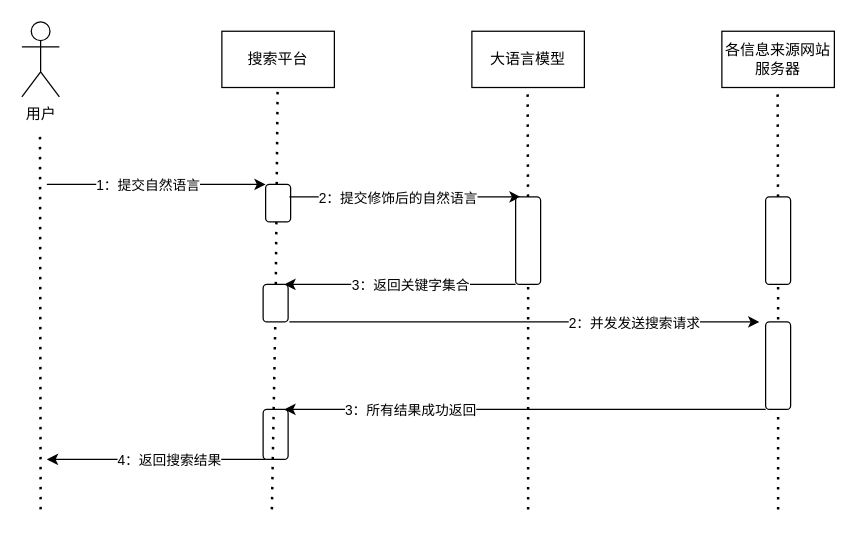
The draw.io diagram 流程图-AI搜索.drawio in RimLutienpeist/Draw_io_Repo, before the edit. Source tidied: cells renumbered, new cells numbered last; positions are measured from the earlier drawing's top-left corner, leaving out a move shared by most shapes. Both pictures are drawn from the tidied source at 125%, with x=0, y=0 at pixel (21, 21).
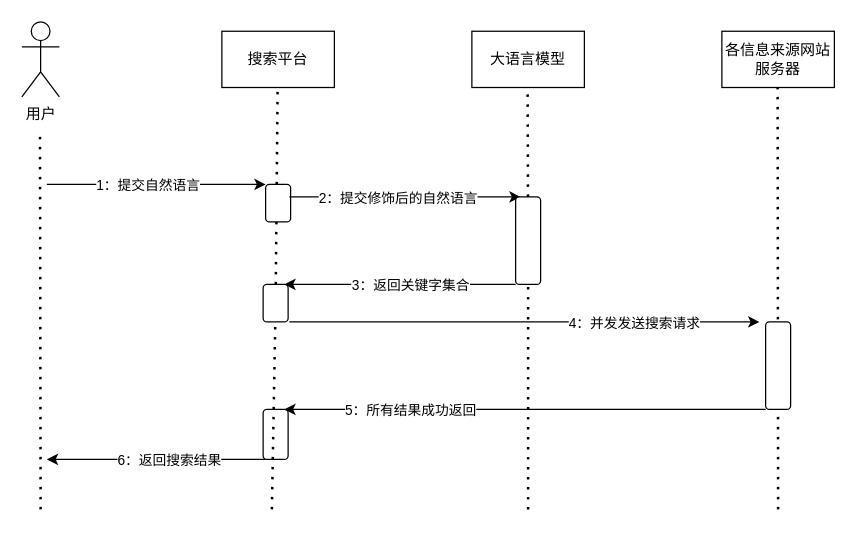
Above is the later version.

Commit message (it also covers changes not shown here):
更新流程图-AI搜索.drawio

Unchanged cells that the change refers to:
```xml
<mxCell id="18" style="endArrow=classic;html=1;rounded=0;exitX=0;exitY=1;exitDx=0;exitDy=0;" parent="1" edge="1">
  <mxGeometry relative="1" as="geometry">
    <mxPoint x="195" y="350" as="sourcePoint" />
    <mxPoint x="20" y="350" as="targetPoint" />
  </mxGeometry>
</mxCell>
<mxCell id="24" style="endArrow=classic;html=1;rounded=0;exitX=1;exitY=1;exitDx=0;exitDy=0;" parent="1" edge="1">
  <mxGeometry relative="1" as="geometry">
    <mxPoint x="214" y="240" as="sourcePoint" />
    <mxPoint x="590" y="240" as="targetPoint" />
  </mxGeometry>
</mxCell>
<mxCell id="27" style="endArrow=classic;html=1;rounded=0;exitX=0;exitY=1;exitDx=0;exitDy=0;" parent="1" edge="1" source="26">
  <mxGeometry relative="1" as="geometry">
    <mxPoint x="210" y="310" as="targetPoint" />
  </mxGeometry>
</mxCell>
```

Change to the diagram source:
```diff
@@
-    <mxCell id="19" value="4：返回搜索结果" style="edgeLabel;html=1;align=center;verticalAlign=middle;" parent="18" vertex="1">
+    <mxCell id="19" value="6：返回搜索结果" style="edgeLabel;html=1;align=center;verticalAlign=middle;" parent="18" vertex="1">
       <mxGeometry x="0.34" y="1" relative="1" as="geometry">
         <mxPoint x="39" y="-1" as="offset" />
       </mxGeometry>
     </mxCell>
@@
-    <mxCell id="21" style="endArrow=none;dashed=1;html=1;dashPattern=1 3;strokeWidth=2;rounded=0;" parent="1" edge="1" source="23">
+    <mxCell id="21" style="endArrow=none;dashed=1;html=1;dashPattern=1 3;strokeWidth=2;rounded=0;" parent="1" edge="1">
       <mxGeometry relative="1" as="geometry">
+        <mxPoint x="605" y="390" as="sourcePoint" />
         <mxPoint x="604.6" y="52.5" as="targetPoint" />
       </mxGeometry>
     </mxCell>
-    <mxCell id="22" style="endArrow=none;dashed=1;html=1;dashPattern=1 3;strokeWidth=2;rounded=0;" parent="1" edge="1" target="23">
-      <mxGeometry relative="1" as="geometry">
-        <mxPoint x="605" y="390" as="sourcePoint" />
-      </mxGeometry>
-    </mxCell>
-    <mxCell id="23" style="rounded=1;whiteSpace=wrap;html=1;" parent="1" vertex="1">
-      <mxGeometry x="595" y="140" width="20" height="70" as="geometry" />
-    </mxCell>
@@
-    <mxCell id="25" value="2：并发发送搜索请求" style="edgeLabel;html=1;align=center;verticalAlign=middle;" parent="24" vertex="1">
+    <mxCell id="25" value="4：并发发送搜索请求" style="edgeLabel;html=1;align=center;verticalAlign=middle;" parent="24" vertex="1">
       <mxGeometry x="-0.17" y="1" relative="1" as="geometry">
         <mxPoint x="119" y="1" as="offset" />
       </mxGeometry>
     </mxCell>
@@
-    <mxCell id="28" value="3：所有结果成功返回" style="edgeLabel;html=1;align=center;verticalAlign=middle;" parent="27" vertex="1">
+    <mxCell id="28" value="5：所有结果成功返回" style="edgeLabel;html=1;align=center;verticalAlign=middle;" parent="27" vertex="1">
       <mxGeometry x="0.34" y="1" relative="1" as="geometry">
         <mxPoint x="-27" y="-1" as="offset" />
       </mxGeometry>
     </mxCell>
```
